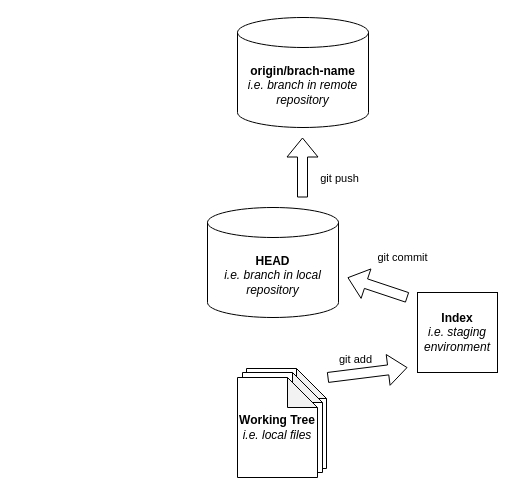
Earlier version of the draw.io diagram src/git-architecture.drawio (joshua-zingale/git-and-github-lecture). Source tidied: cells renumbered, new cells numbered last; positions are measured from the earlier drawing's top-left corner, leaving out a move shared by most shapes. Both pictures are drawn from the tidied source at 100%, with x=0, y=0 at pixel (207, 17).
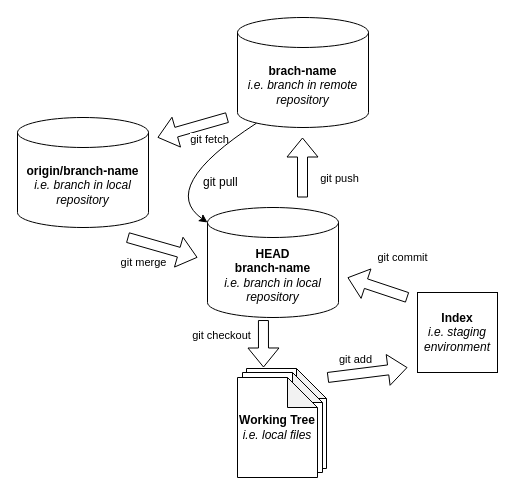
The same page after the edit.

Commit message (it also covers changes not shown here):
Added fetch, merge, and checkout to architectural overview image

The edit, as a diff of the source:
```diff
@@
-    <mxCell id="8" value="&lt;b&gt;HEAD&lt;/b&gt;&lt;div&gt;&lt;i&gt;i.e. branch in local repository&lt;/i&gt;&lt;/div&gt;" style="shape=cylinder3;whiteSpace=wrap;html=1;boundedLbl=1;backgroundOutline=1;size=15;" parent="1" vertex="1">
+    <mxCell id="8" value="&lt;b&gt;HEAD&lt;/b&gt;&lt;div&gt;&lt;b&gt;branch-name&lt;br&gt;&lt;/b&gt;&lt;div&gt;&lt;i&gt;i.e. branch in local repository&lt;/i&gt;&lt;/div&gt;&lt;/div&gt;" style="shape=cylinder3;whiteSpace=wrap;html=1;boundedLbl=1;backgroundOutline=1;size=15;" parent="1" vertex="1">
       <mxGeometry y="190" width="131" height="110" as="geometry" />
     </mxCell>
@@
-    <mxCell id="13" value="&lt;b&gt;origin/brach-name&lt;br&gt;&lt;/b&gt;&lt;div&gt;&lt;i&gt;i.e. branch in remote repository&lt;/i&gt;&lt;/div&gt;" style="shape=cylinder3;whiteSpace=wrap;html=1;boundedLbl=1;backgroundOutline=1;size=15;" parent="1" vertex="1">
+    <mxCell id="13" value="&lt;b&gt;brach-name&lt;br&gt;&lt;/b&gt;&lt;div&gt;&lt;i&gt;i.e. branch in remote repository&lt;/i&gt;&lt;/div&gt;" style="shape=cylinder3;whiteSpace=wrap;html=1;boundedLbl=1;backgroundOutline=1;size=15;" parent="1" vertex="1">
       <mxGeometry x="30" width="131" height="110" as="geometry" />
     </mxCell>
+    <mxCell id="14" style="shape=flexArrow;endArrow=classic;html=1;" parent="1" edge="1">
+      <mxGeometry relative="1" as="geometry">
+        <mxPoint x="20" y="100" as="sourcePoint" />
+        <mxPoint x="-50" y="120" as="targetPoint" />
+      </mxGeometry>
+    </mxCell>
+    <mxCell id="15" value="git fetch" style="edgeLabel;html=1;align=center;verticalAlign=middle;" parent="14" vertex="1">
+      <mxGeometry x="0.04" relative="1" as="geometry">
+        <mxPoint x="18" y="11" as="offset" />
+      </mxGeometry>
+    </mxCell>
+    <mxCell id="16" value="&lt;b&gt;origin/branch-name&lt;/b&gt;&lt;div&gt;&lt;i&gt;i.e. branch in local repository&lt;/i&gt;&lt;/div&gt;" style="shape=cylinder3;whiteSpace=wrap;html=1;boundedLbl=1;backgroundOutline=1;size=15;" parent="1" vertex="1">
+      <mxGeometry x="-190" y="100" width="131" height="110" as="geometry" />
+    </mxCell>
+    <mxCell id="17" style="shape=flexArrow;endArrow=classic;html=1;" parent="1" edge="1">
+      <mxGeometry relative="1" as="geometry">
+        <mxPoint x="-80" y="220" as="sourcePoint" />
+        <mxPoint x="-10" y="240" as="targetPoint" />
+      </mxGeometry>
+    </mxCell>
+    <mxCell id="18" value="git merge" style="edgeLabel;html=1;align=center;verticalAlign=middle;" parent="17" vertex="1">
+      <mxGeometry x="0.04" relative="1" as="geometry">
+        <mxPoint x="-21" y="14" as="offset" />
+      </mxGeometry>
+    </mxCell>
+    <mxCell id="19" style="curved=1;endArrow=classic;html=1;exitX=0.145;exitY=1;exitDx=0;exitDy=-4.35;exitPerimeter=0;entryX=0;entryY=0;entryDx=0;entryDy=15;entryPerimeter=0;" parent="1" edge="1" source="13" target="8">
+      <mxGeometry relative="1" as="geometry">
+        <Array as="points">
+          <mxPoint x="-50" y="170" />
+        </Array>
+      </mxGeometry>
+    </mxCell>
+    <mxCell id="20" value="git pull" style="text;strokeColor=none;fillColor=none;align=left;verticalAlign=middle;spacingLeft=4;spacingRight=4;overflow=hidden;whiteSpace=wrap;html=1;" parent="1" vertex="1">
+      <mxGeometry x="-10" y="150" width="80" height="30" as="geometry" />
+    </mxCell>
+    <mxCell id="21" style="shape=flexArrow;endArrow=classic;html=1;exitX=0.427;exitY=1.023;exitDx=0;exitDy=0;exitPerimeter=0;" parent="1" edge="1" source="8">
+      <mxGeometry relative="1" as="geometry">
+        <mxPoint x="56" y="350" as="targetPoint" />
+      </mxGeometry>
+    </mxCell>
+    <mxCell id="22" value="git checkout" style="edgeLabel;html=1;align=center;verticalAlign=middle;rotation=0;" parent="21" vertex="1">
+      <mxGeometry x="-0.26" y="-1" relative="1" as="geometry">
+        <mxPoint x="-41" y="-3" as="offset" />
+      </mxGeometry>
+    </mxCell>
```
